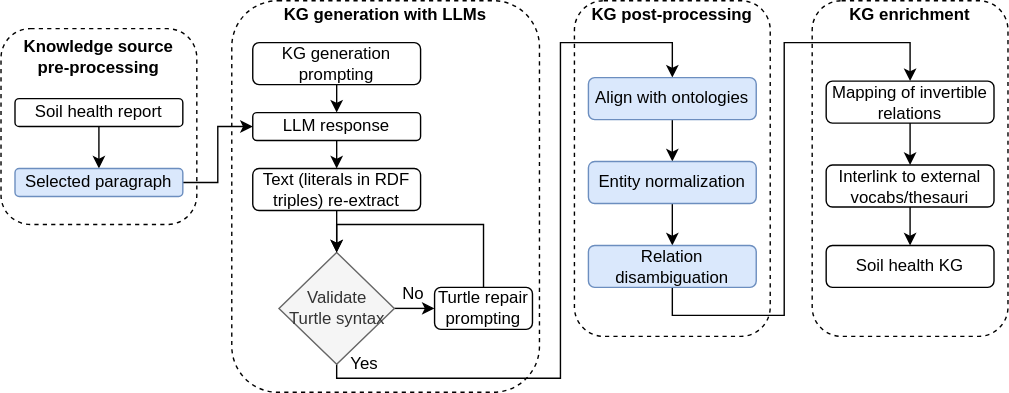
This is imgs/text2KG.svg from soilwise-he/soil-health-knowledge-graph, a draw.io export, as it was before one commit. Source tidied: cells renumbered, new cells last; positions are measured from the earlier drawing's top-left corner, leaving out a move shared by most shapes.
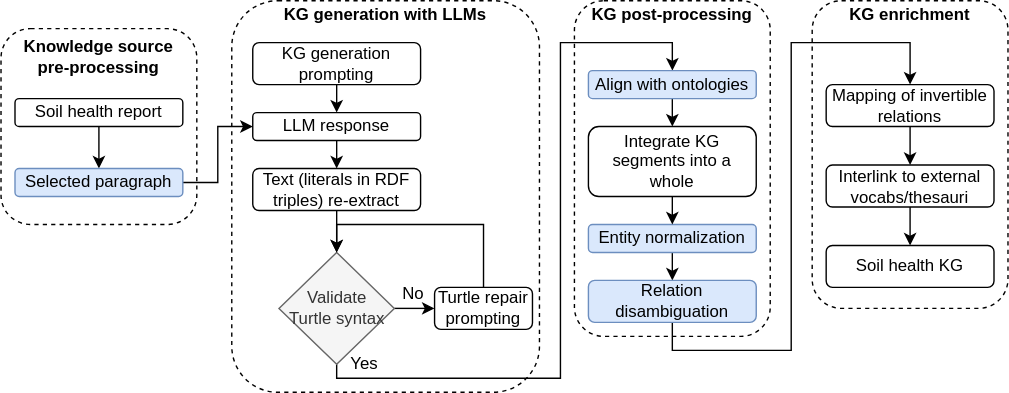
After the change.

The edit, as a diff of the source:
```diff
@@ -53,17 +53,17 @@
     <mxCell id="14" value="Yes" style="text;html=1;align=center;verticalAlign=middle;whiteSpace=wrap;rounded=0;" parent="1" vertex="1">
       <mxGeometry x="245" y="250" width="30" height="20" as="geometry" />
     </mxCell>
-    <mxCell id="15" style="edgeStyle=orthogonalEdgeStyle;rounded=0;jettySize=auto;html=1;exitX=0.5;exitY=1;exitDx=0;exitDy=0;entryX=0.5;entryY=0;entryDx=0;entryDy=0;" parent="1" edge="1" source="16" target="27">
-      <mxGeometry relative="1" as="geometry" />
-    </mxCell>
+    <mxCell id="38" style="edgeStyle=orthogonalEdgeStyle;rounded=0;jettySize=auto;html=1;exitX=0.5;exitY=1;exitDx=0;exitDy=0;entryX=0.5;entryY=0;entryDx=0;entryDy=0;" parent="1" edge="1" source="16" target="40">
+      <mxGeometry relative="1" as="geometry" />
+    </mxCell>
     <mxCell id="16" value="Align with ontologies" style="rounded=1;whiteSpace=wrap;html=1;fillColor=#dae8fc;strokeColor=#6c8ebf;" parent="1" vertex="1">
-      <mxGeometry x="420" y="55" width="120" height="30" as="geometry" />
+      <mxGeometry x="420" y="50" width="120" height="20" as="geometry" />
     </mxCell>
     <mxCell id="17" style="edgeStyle=orthogonalEdgeStyle;rounded=0;jettySize=auto;html=1;exitX=0.5;exitY=1;exitDx=0;exitDy=0;entryX=0.5;entryY=0;entryDx=0;entryDy=0;" parent="1" edge="1" source="18" target="20">
       <mxGeometry relative="1" as="geometry" />
     </mxCell>
     <mxCell id="18" value="Mapping of invertible relations" style="rounded=1;whiteSpace=wrap;html=1;" parent="1" vertex="1">
-      <mxGeometry x="590" y="57.5" width="120" height="30" as="geometry" />
+      <mxGeometry x="590" y="60" width="120" height="30" as="geometry" />
     </mxCell>
     <mxCell id="19" style="edgeStyle=orthogonalEdgeStyle;rounded=0;jettySize=auto;html=1;exitX=0.5;exitY=1;exitDx=0;exitDy=0;entryX=0.5;entryY=0;entryDx=0;entryDy=0;" parent="1" edge="1" source="20" target="25">
       <mxGeometry relative="1" as="geometry" />
@@ -90,23 +90,23 @@
       <mxGeometry relative="1" as="geometry" />
     </mxCell>
     <mxCell id="27" value="Entity normalization" style="rounded=1;whiteSpace=wrap;html=1;fillColor=#dae8fc;strokeColor=#6c8ebf;" parent="1" vertex="1">
-      <mxGeometry x="420" y="115" width="120" height="30" as="geometry" />
+      <mxGeometry x="420" y="160" width="120" height="20" as="geometry" />
     </mxCell>
+    <mxCell id="29" style="rounded=1;whiteSpace=wrap;html=1;fillColor=none;dashed=1;" parent="1" vertex="1">
+      <mxGeometry x="165" width="220" height="280" as="geometry" />
+    </mxCell>
     <mxCell id="28" style="edgeStyle=orthogonalEdgeStyle;rounded=0;jettySize=auto;html=1;exitX=0.5;exitY=1;exitDx=0;exitDy=0;entryX=0.5;entryY=0;entryDx=0;entryDy=0;" parent="1" edge="1" source="30" target="18">
       <mxGeometry relative="1" as="geometry">
         <Array as="points">
-          <mxPoint x="480" y="225" />
-          <mxPoint x="560" y="225" />
-          <mxPoint x="560" y="30" />
+          <mxPoint x="480" y="250" />
+          <mxPoint x="565" y="250" />
+          <mxPoint x="565" y="30" />
           <mxPoint x="650" y="30" />
         </Array>
       </mxGeometry>
     </mxCell>
-    <mxCell id="29" style="rounded=1;whiteSpace=wrap;html=1;fillColor=none;dashed=1;" parent="1" vertex="1">
-      <mxGeometry x="165" width="220" height="280" as="geometry" />
-    </mxCell>
     <mxCell id="30" value="Relation disambiguation" style="rounded=1;whiteSpace=wrap;html=1;fillColor=#dae8fc;strokeColor=#6c8ebf;" parent="1" vertex="1">
-      <mxGeometry x="420" y="175" width="120" height="30" as="geometry" />
+      <mxGeometry x="420" y="200" width="120" height="30" as="geometry" />
     </mxCell>
     <mxCell id="31" style="rounded=1;whiteSpace=wrap;html=1;fillColor=none;dashed=1;" parent="1" vertex="1">
       <mxGeometry y="20" width="140" height="140" as="geometry" />
@@ -115,7 +115,7 @@
       <mxGeometry x="410" width="140" height="240" as="geometry" />
     </mxCell>
     <mxCell id="33" style="rounded=1;whiteSpace=wrap;html=1;fillColor=none;dashed=1;" parent="1" vertex="1">
-      <mxGeometry x="580" width="140" height="240" as="geometry" />
+      <mxGeometry x="580" width="140" height="220" as="geometry" />
     </mxCell>
     <mxCell id="34" value="&lt;b&gt;Knowledge source pre-processing&lt;/b&gt;" style="text;html=1;align=center;verticalAlign=middle;whiteSpace=wrap;rounded=0;" parent="1" vertex="1">
       <mxGeometry x="10" y="30" width="120" height="20" as="geometry" />
@@ -129,5 +129,11 @@
     <mxCell id="37" value="&lt;b&gt;KG enrichment&lt;/b&gt;" style="text;html=1;align=center;verticalAlign=middle;whiteSpace=wrap;rounded=0;" parent="1" vertex="1">
       <mxGeometry x="590" width="120" height="20" as="geometry" />
     </mxCell>
+    <mxCell id="39" style="edgeStyle=orthogonalEdgeStyle;rounded=0;jettySize=auto;html=1;exitX=0.5;exitY=1;exitDx=0;exitDy=0;entryX=0.5;entryY=0;entryDx=0;entryDy=0;" parent="1" edge="1" source="40" target="27">
+      <mxGeometry relative="1" as="geometry" />
+    </mxCell>
+    <mxCell id="40" value="Integrate KG segments into a whole" style="rounded=1;whiteSpace=wrap;html=1;" parent="1" vertex="1">
+      <mxGeometry x="420" y="90" width="120" height="50" as="geometry" />
+    </mxCell>
   </root>
 </mxGraphModel>
```
